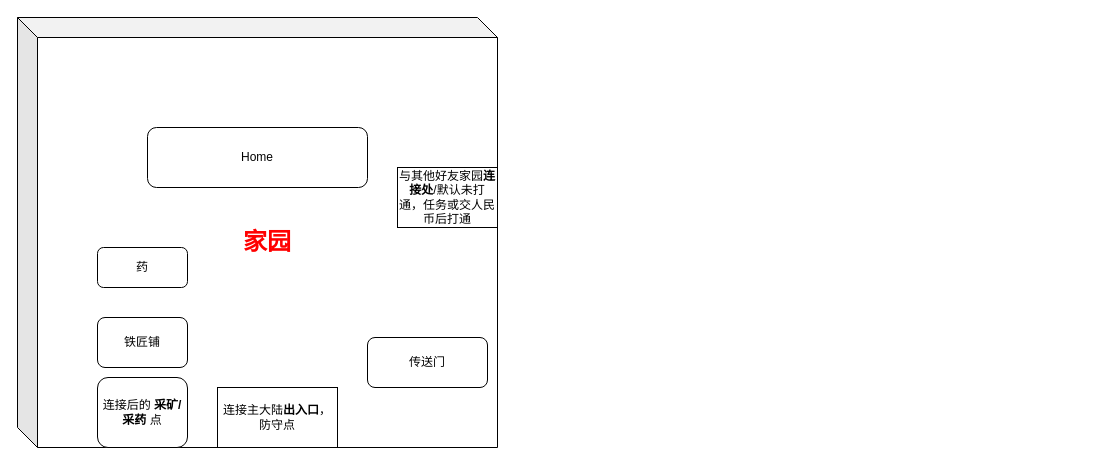
The draw.io diagram Server.drawio in simugongzi/ServerDoc, before the edit. Source tidied: cells renumbered, new cells numbered last; positions are measured from the earlier drawing's top-left corner, leaving out a move shared by most shapes. Both pictures are drawn from the tidied source at 100%, with x=0, y=0 at pixel (17, 17).
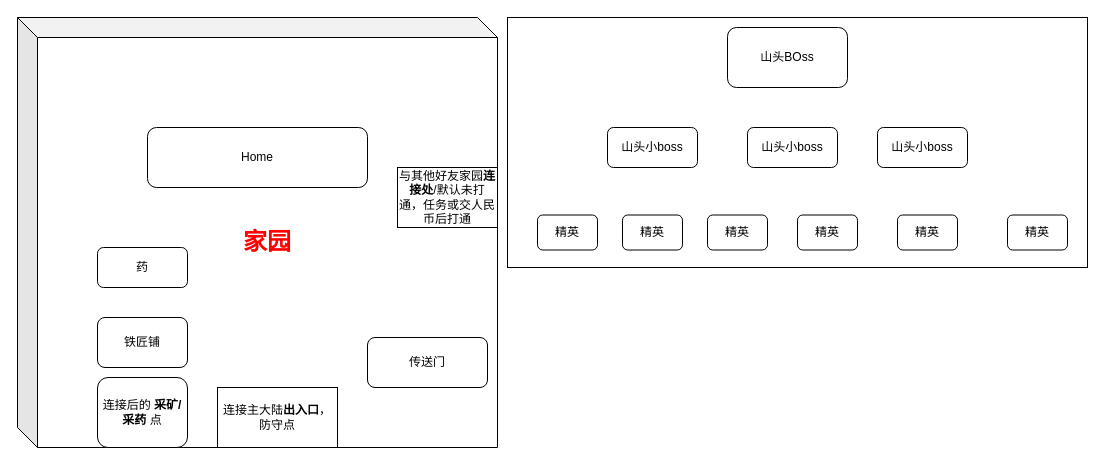
Above is the later version.

Commit message:
更新副本图.drawio

What changed in the source:
```diff
@@
+    <mxCell id="10" style="rounded=0;whiteSpace=wrap;html=1;" parent="1" vertex="1">
+      <mxGeometry x="490" width="580" height="250" as="geometry" />
+    </mxCell>
@@
+    <mxCell id="11" value="山头BOss" style="rounded=1;whiteSpace=wrap;html=1;" parent="1" vertex="1">
+      <mxGeometry x="710" y="10" width="120" height="60" as="geometry" />
+    </mxCell>
+    <mxCell id="12" value="山头小boss" style="rounded=1;whiteSpace=wrap;html=1;" parent="1" vertex="1">
+      <mxGeometry x="590" y="110" width="90" height="40" as="geometry" />
+    </mxCell>
+    <mxCell id="13" value="山头小boss" style="rounded=1;whiteSpace=wrap;html=1;" parent="1" vertex="1">
+      <mxGeometry x="730" y="110" width="90" height="40" as="geometry" />
+    </mxCell>
+    <mxCell id="14" value="山头小boss" style="rounded=1;whiteSpace=wrap;html=1;" parent="1" vertex="1">
+      <mxGeometry x="860" y="110" width="90" height="40" as="geometry" />
+    </mxCell>
+    <mxCell id="15" value="精英" style="rounded=1;whiteSpace=wrap;html=1;" parent="1" vertex="1">
+      <mxGeometry x="520" y="197.5" width="60" height="35" as="geometry" />
+    </mxCell>
+    <mxCell id="16" value="精英" style="rounded=1;whiteSpace=wrap;html=1;" parent="1" vertex="1">
+      <mxGeometry x="605" y="197.5" width="60" height="35" as="geometry" />
+    </mxCell>
+    <mxCell id="17" value="精英" style="rounded=1;whiteSpace=wrap;html=1;" parent="1" vertex="1">
+      <mxGeometry x="690" y="197.5" width="60" height="35" as="geometry" />
+    </mxCell>
+    <mxCell id="18" value="精英" style="rounded=1;whiteSpace=wrap;html=1;" parent="1" vertex="1">
+      <mxGeometry x="780" y="197.5" width="60" height="35" as="geometry" />
+    </mxCell>
+    <mxCell id="19" value="精英" style="rounded=1;whiteSpace=wrap;html=1;" parent="1" vertex="1">
+      <mxGeometry x="880" y="197.5" width="60" height="35" as="geometry" />
+    </mxCell>
+    <mxCell id="20" value="精英" style="rounded=1;whiteSpace=wrap;html=1;" parent="1" vertex="1">
+      <mxGeometry x="990" y="197.5" width="60" height="35" as="geometry" />
+    </mxCell>
```
